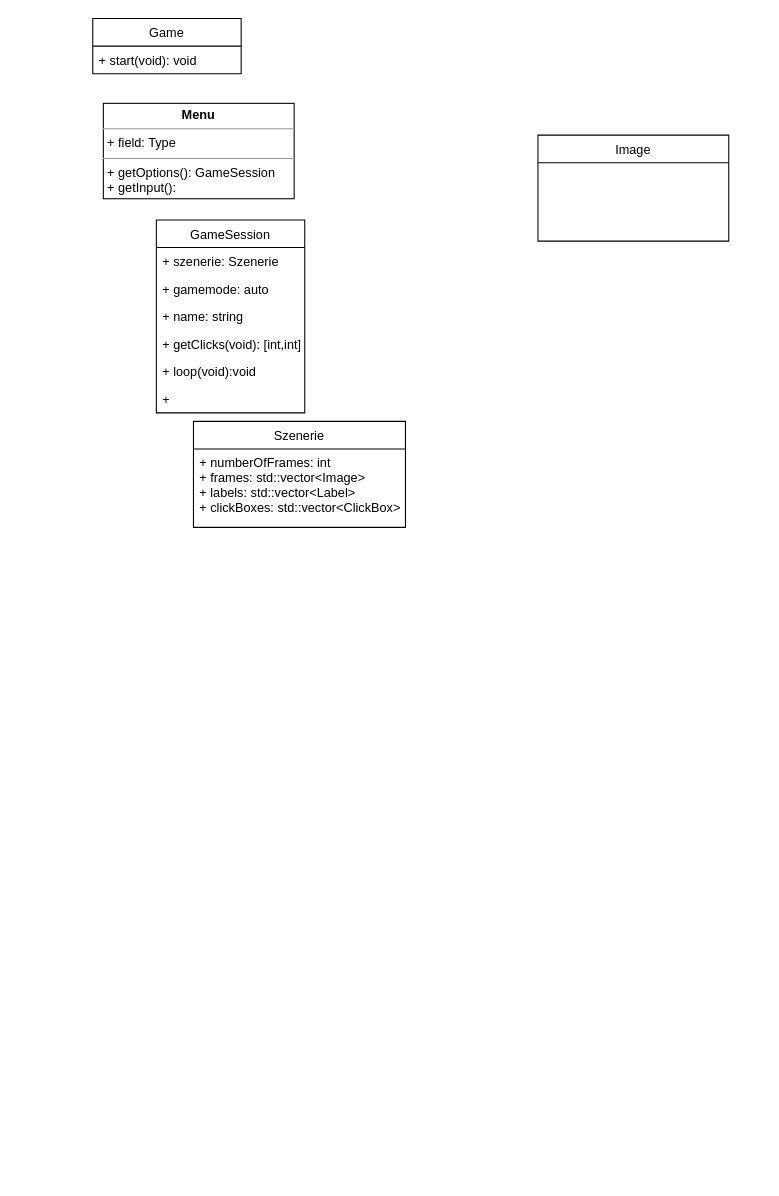
Andre-4949/ReactionGame keeps this draw.io diagram as Klassendiagramm-uml.drawio. Above is the earlier version. Source tidied: cells renumbered, new cells numbered last; positions are measured from the earlier drawing's top-left corner, leaving out a move shared by most shapes. Both pictures are drawn from the tidied source at 106%, with x=0, y=0 at pixel (92, 18).
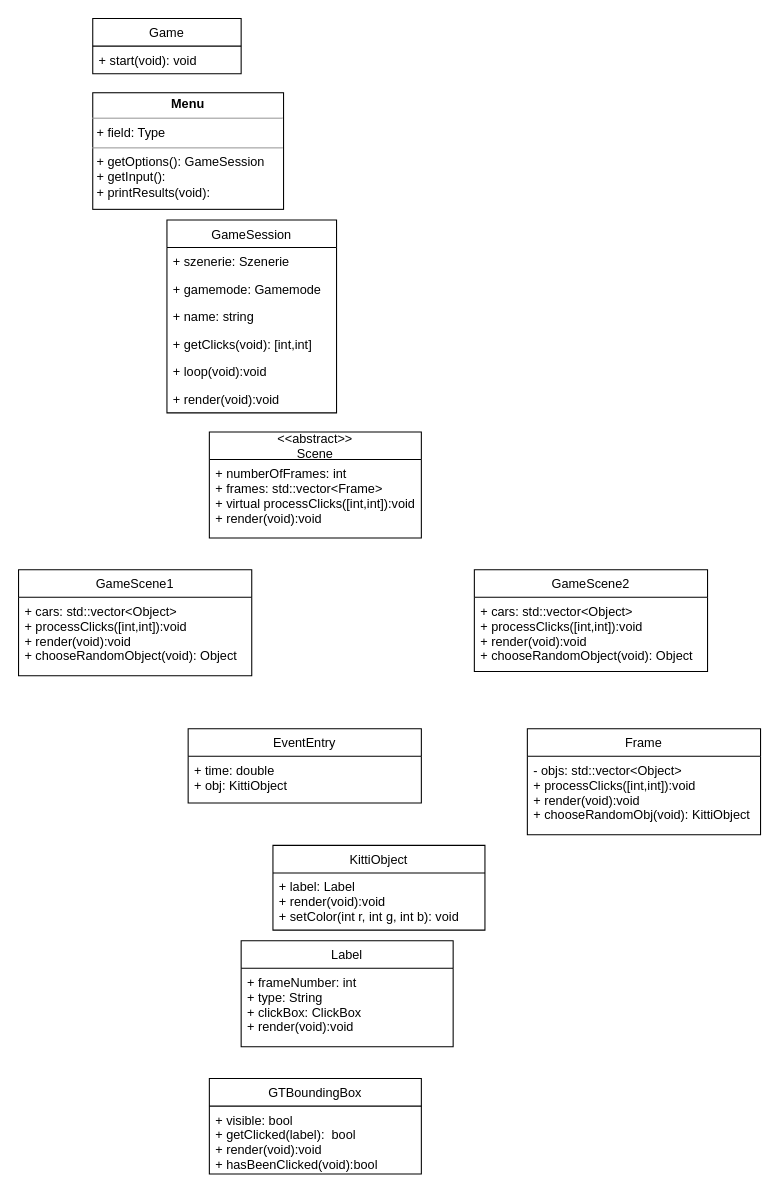
The same page after the edit.

Commit message (it also covers changes not shown here):
uml diagramm angepasst

Change to the diagram source:
```diff
@@
-    <mxCell id="2" value="&lt;p style=&quot;margin:0px;margin-top:4px;text-align:center;&quot;&gt;&lt;b&gt;Menu&lt;/b&gt;&lt;/p&gt;&lt;hr size=&quot;1&quot;&gt;&lt;p style=&quot;margin:0px;margin-left:4px;&quot;&gt;+ field: Type&lt;/p&gt;&lt;hr size=&quot;1&quot;&gt;&lt;p style=&quot;margin:0px;margin-left:4px;&quot;&gt;+ getOptions(): GameSession&lt;span style=&quot;background-color: initial;&quot;&gt;&amp;nbsp;&lt;/span&gt;&lt;/p&gt;&lt;p style=&quot;margin:0px;margin-left:4px;&quot;&gt;+ getInput():&amp;nbsp;&lt;/p&gt;" style="verticalAlign=top;align=left;overflow=fill;fontSize=12;fontFamily=Helvetica;html=1;" parent="1" vertex="1">
-      <mxGeometry x="10" y="80" width="180" height="90" as="geometry" />
+    <mxCell id="2" value="&lt;p style=&quot;margin:0px;margin-top:4px;text-align:center;&quot;&gt;&lt;b&gt;Menu&lt;/b&gt;&lt;/p&gt;&lt;hr size=&quot;1&quot;&gt;&lt;p style=&quot;margin:0px;margin-left:4px;&quot;&gt;+ field: Type&lt;/p&gt;&lt;hr size=&quot;1&quot;&gt;&lt;p style=&quot;margin:0px;margin-left:4px;&quot;&gt;+ getOptions(): GameSession&lt;span style=&quot;background-color: initial;&quot;&gt;&amp;nbsp;&lt;/span&gt;&lt;/p&gt;&lt;p style=&quot;margin:0px;margin-left:4px;&quot;&gt;+ getInput():&amp;nbsp;&lt;/p&gt;&lt;p style=&quot;margin:0px;margin-left:4px;&quot;&gt;+ printResults(void):&lt;/p&gt;" style="verticalAlign=top;align=left;overflow=fill;fontSize=12;fontFamily=Helvetica;html=1;" parent="1" vertex="1">
+      <mxGeometry y="70" width="180" height="110" as="geometry" />
     </mxCell>
-    <mxCell id="3" value="Szenerie" style="swimlane;fontStyle=0;horizontal=1;startSize=26;fillColor=none;" parent="1" vertex="1">
-      <mxGeometry x="95" y="380" width="200" height="100" as="geometry" />
+    <mxCell id="3" value="&lt;&lt;abstract&gt;&gt;&#10;Scene" style="swimlane;fontStyle=0;horizontal=1;startSize=26;fillColor=none;" parent="1" vertex="1">
+      <mxGeometry x="110" y="390" width="200" height="100" as="geometry" />
     </mxCell>
-    <mxCell id="4" value="+ numberOfFrames: int&#10;+ frames: std::vector&lt;Image&gt;&#10;+ labels: std::vector&lt;Label&gt;&#10;+ clickBoxes: std::vector&lt;ClickBox&gt;" style="text;strokeColor=none;fillColor=none;align=left;verticalAlign=top;spacingLeft=4;spacingRight=4;overflow=hidden;" parent="3" vertex="1">
+    <mxCell id="4" value="+ numberOfFrames: int&#10;+ frames: std::vector&lt;Frame&gt;&#10;+ virtual processClicks([int,int]):void&#10;+ render(void):void" style="text;strokeColor=none;fillColor=none;align=left;verticalAlign=top;spacingLeft=4;spacingRight=4;overflow=hidden;fontStyle=0;" parent="3" vertex="1">
       <mxGeometry y="26" width="200" height="74" as="geometry" />
     </mxCell>
     <mxCell id="5" value="GameSession" style="swimlane;fontStyle=0;horizontal=1;startSize=26;fillColor=none;" parent="1" vertex="1">
-      <mxGeometry x="60" y="190" width="140" height="182" as="geometry" />
+      <mxGeometry x="70" y="190" width="160" height="182" as="geometry" />
     </mxCell>
     <mxCell id="6" value="+ szenerie: Szenerie" style="text;strokeColor=none;fillColor=none;align=left;verticalAlign=top;spacingLeft=4;spacingRight=4;overflow=hidden;" parent="5" vertex="1">
-      <mxGeometry y="26" width="140" height="26" as="geometry" />
+      <mxGeometry y="26" width="160" height="26" as="geometry" />
     </mxCell>
-    <mxCell id="7" value="+ gamemode: auto" style="text;strokeColor=none;fillColor=none;align=left;verticalAlign=top;spacingLeft=4;spacingRight=4;overflow=hidden;" parent="5" vertex="1">
-      <mxGeometry y="52" width="140" height="26" as="geometry" />
+    <mxCell id="7" value="+ gamemode: Gamemode" style="text;strokeColor=none;fillColor=none;align=left;verticalAlign=top;spacingLeft=4;spacingRight=4;overflow=hidden;" parent="5" vertex="1">
+      <mxGeometry y="52" width="160" height="26" as="geometry" />
     </mxCell>
     <mxCell id="8" value="+ name: string&#10;" style="text;strokeColor=none;fillColor=none;align=left;verticalAlign=top;spacingLeft=4;spacingRight=4;overflow=hidden;" parent="5" vertex="1">
-      <mxGeometry y="78" width="140" height="26" as="geometry" />
+      <mxGeometry y="78" width="160" height="26" as="geometry" />
     </mxCell>
     <mxCell id="9" value="+ getClicks(void): [int,int]" style="text;strokeColor=none;fillColor=none;align=left;verticalAlign=top;spacingLeft=4;spacingRight=4;overflow=hidden;" parent="5" vertex="1">
-      <mxGeometry y="104" width="140" height="26" as="geometry" />
+      <mxGeometry y="104" width="160" height="26" as="geometry" />
     </mxCell>
     <mxCell id="10" value="+ loop(void):void" style="text;strokeColor=none;fillColor=none;align=left;verticalAlign=top;spacingLeft=4;spacingRight=4;overflow=hidden;" parent="5" vertex="1">
-      <mxGeometry y="130" width="140" height="26" as="geometry" />
+      <mxGeometry y="130" width="160" height="26" as="geometry" />
     </mxCell>
-    <mxCell id="11" value="+ " style="text;strokeColor=none;fillColor=none;align=left;verticalAlign=top;spacingLeft=4;spacingRight=4;overflow=hidden;" parent="5" vertex="1">
-      <mxGeometry y="156" width="140" height="26" as="geometry" />
+    <mxCell id="11" value="+ render(void):void" style="text;strokeColor=none;fillColor=none;align=left;verticalAlign=top;spacingLeft=4;spacingRight=4;overflow=hidden;" parent="5" vertex="1">
+      <mxGeometry y="156" width="160" height="26" as="geometry" />
     </mxCell>
-    <mxCell id="12" value="Image" style="swimlane;fontStyle=0;horizontal=1;startSize=26;fillColor=none;" parent="1" vertex="1">
-      <mxGeometry x="420" y="110" width="180" height="100" as="geometry" />
-    </mxCell>
@@
+    <mxCell id="15" value="Label" style="swimlane;fontStyle=0;horizontal=1;startSize=26;fillColor=none;" parent="1" vertex="1">
+      <mxGeometry x="140" y="870" width="200" height="100" as="geometry" />
+    </mxCell>
+    <mxCell id="16" value="+ frameNumber: int&#10;+ type: String&#10;+ clickBox: ClickBox&#10;+ render(void):void" style="text;strokeColor=none;fillColor=none;align=left;verticalAlign=top;spacingLeft=4;spacingRight=4;overflow=hidden;" parent="15" vertex="1">
+      <mxGeometry y="26" width="200" height="74" as="geometry" />
+    </mxCell>
+    <mxCell id="17" value="EventEntry" style="swimlane;fontStyle=0;horizontal=1;startSize=26;fillColor=none;" parent="1" vertex="1">
+      <mxGeometry x="90" y="670" width="220" height="70" as="geometry" />
+    </mxCell>
+    <mxCell id="18" value="+ time: double&#10;+ obj: KittiObject" style="text;strokeColor=none;fillColor=none;align=left;verticalAlign=top;spacingLeft=4;spacingRight=4;overflow=hidden;" parent="17" vertex="1">
+      <mxGeometry y="26" width="220" height="44" as="geometry" />
+    </mxCell>
+    <mxCell id="19" value="KittiObject" style="swimlane;fontStyle=0;horizontal=1;startSize=26;fillColor=none;" parent="1" vertex="1">
+      <mxGeometry x="170" y="780" width="200" height="80" as="geometry" />
+    </mxCell>
+    <mxCell id="20" value="+ label: Label&#10;+ render(void):void&#10;+ setColor(int r, int g, int b): void" style="text;strokeColor=none;fillColor=none;align=left;verticalAlign=top;spacingLeft=4;spacingRight=4;overflow=hidden;" parent="19" vertex="1">
+      <mxGeometry y="26" width="200" height="54" as="geometry" />
+    </mxCell>
+    <mxCell id="21" value="GTBoundingBox" style="swimlane;fontStyle=0;horizontal=1;startSize=26;fillColor=none;" parent="1" vertex="1">
+      <mxGeometry x="110" y="1000" width="200" height="90" as="geometry" />
+    </mxCell>
+    <mxCell id="22" value="+ visible: bool&#10;+ getClicked(label):  bool&#10;+ render(void):void&#10;+ hasBeenClicked(void):bool" style="text;strokeColor=none;fillColor=none;align=left;verticalAlign=top;spacingLeft=4;spacingRight=4;overflow=hidden;" parent="21" vertex="1">
+      <mxGeometry y="26" width="200" height="64" as="geometry" />
+    </mxCell>
+    <mxCell id="23" value="GameScene1" style="swimlane;fontStyle=0;horizontal=1;startSize=26;fillColor=none;" parent="1" vertex="1">
+      <mxGeometry x="-70" y="520" width="220" height="100" as="geometry" />
+    </mxCell>
+    <mxCell id="24" value="+ cars: std::vector&lt;Object&gt;&#10;+ processClicks([int,int]):void&#10;+ render(void):void&#10;+ chooseRandomObject(void): Object" style="text;strokeColor=none;fillColor=none;align=left;verticalAlign=top;spacingLeft=4;spacingRight=4;overflow=hidden;" parent="23" vertex="1">
+      <mxGeometry y="26" width="220" height="74" as="geometry" />
+    </mxCell>
+    <mxCell id="25" value="GameScene2" style="swimlane;fontStyle=0;horizontal=1;startSize=26;fillColor=none;" parent="1" vertex="1">
+      <mxGeometry x="360" y="520" width="220" height="96" as="geometry" />
+    </mxCell>
+    <mxCell id="26" value="+ cars: std::vector&lt;Object&gt;&#10;+ processClicks([int,int]):void&#10;+ render(void):void&#10;+ chooseRandomObject(void): Object" style="text;strokeColor=none;fillColor=none;align=left;verticalAlign=top;spacingLeft=4;spacingRight=4;overflow=hidden;" parent="25" vertex="1">
+      <mxGeometry y="26" width="220" height="70" as="geometry" />
+    </mxCell>
+    <mxCell id="27" value="Frame" style="swimlane;fontStyle=0;horizontal=1;startSize=26;fillColor=none;" parent="1" vertex="1">
+      <mxGeometry x="410" y="670" width="220" height="100" as="geometry" />
+    </mxCell>
+    <mxCell id="28" value="- objs: std::vector&lt;Object&gt;&#10;+ processClicks([int,int]):void&#10;+ render(void):void&#10;+ chooseRandomObj(void): KittiObject" style="text;strokeColor=none;fillColor=none;align=left;verticalAlign=top;spacingLeft=4;spacingRight=4;overflow=hidden;" parent="27" vertex="1">
+      <mxGeometry y="26" width="220" height="74" as="geometry" />
+    </mxCell>
```
